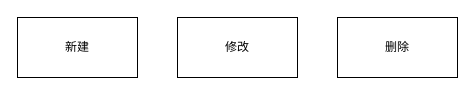
Above: page "Notebook记事本" (3 of 6) of notebook.drawio in goldmine/base (draw.io), before the change. Source tidied: cells renumbered, new cells numbered last; positions are measured from the earlier drawing's top-left corner, leaving out a move shared by most shapes. Both pictures are drawn from the tidied source at 100%, with x=0, y=0 at pixel (17, 17).
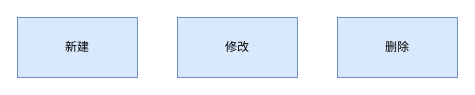
Above is the later version.

What changed in the source:
```diff
@@
 <mxGraphModel>
   <root>
     <mxCell id="0" />
     <mxCell id="1" parent="0" />
-    <mxCell id="2" value="新建" style="rounded=0;whiteSpace=wrap;html=1;" parent="1" vertex="1">
+    <mxCell id="2" value="新建" style="rounded=0;whiteSpace=wrap;html=1;fillColor=#dae8fc;strokeColor=#6c8ebf;" parent="1" vertex="1">
       <mxGeometry width="120" height="60" as="geometry" />
     </mxCell>
-    <mxCell id="3" value="修改" style="rounded=0;whiteSpace=wrap;html=1;" parent="1" vertex="1">
+    <mxCell id="3" value="修改" style="rounded=0;whiteSpace=wrap;html=1;fillColor=#dae8fc;strokeColor=#6c8ebf;" parent="1" vertex="1">
       <mxGeometry x="160" width="120" height="60" as="geometry" />
     </mxCell>
-    <mxCell id="4" value="删除" style="rounded=0;whiteSpace=wrap;html=1;" parent="1" vertex="1">
+    <mxCell id="4" value="删除" style="rounded=0;whiteSpace=wrap;html=1;fillColor=#dae8fc;strokeColor=#6c8ebf;" parent="1" vertex="1">
       <mxGeometry x="320" width="120" height="60" as="geometry" />
     </mxCell>
   </root>
 </mxGraphModel>
```
